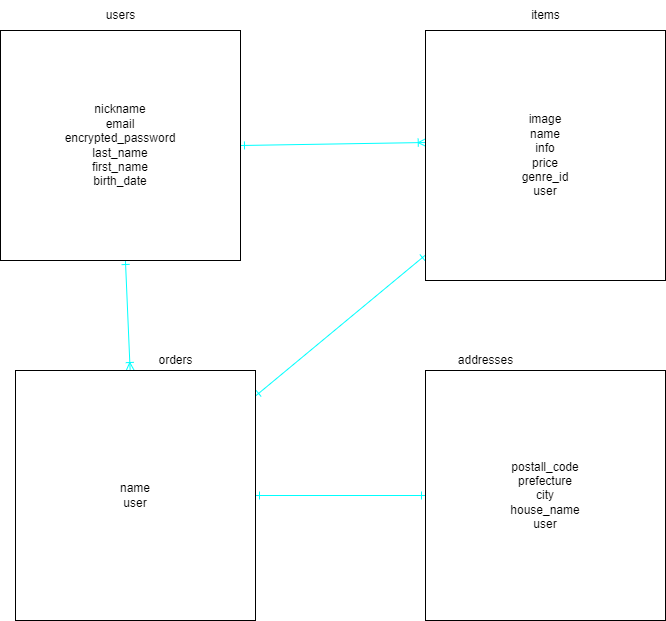
Above: test.png in toto0725/furima-39672 (draw.io), before the change. Source tidied: cells renumbered, new cells last; positions are measured from the earlier drawing's top-left corner, leaving out a move shared by most shapes.
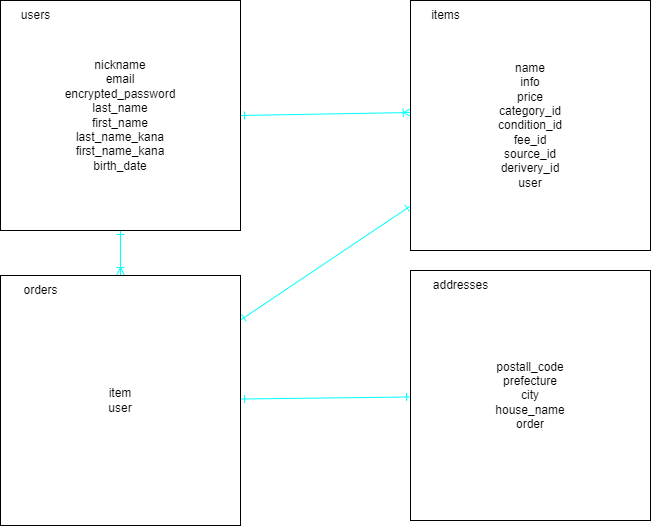
The same file after the commit.

The edit, as a diff of the source:
```diff
@@ -8,35 +8,35 @@
     <mxCell id="3" style="edgeStyle=none;html=1;exitX=1;exitY=0.5;exitDx=0;exitDy=0;entryX=0.003;entryY=0.448;entryDx=0;entryDy=0;entryPerimeter=0;startArrow=ERone;startFill=0;endArrow=ERoneToMany;endFill=0;fillColor=#f5f5f5;strokeColor=#00FFFF;" parent="1" edge="1" source="4" target="6">
       <mxGeometry relative="1" as="geometry" />
     </mxCell>
-    <mxCell id="4" value="nickname&lt;br&gt;email&lt;br&gt;encrypted_password&lt;br&gt;last_name&lt;br&gt;first_name&lt;br&gt;birth_date" style="rounded=0;whiteSpace=wrap;html=1;" parent="1" vertex="1">
-      <mxGeometry y="30" width="240" height="230" as="geometry" />
+    <mxCell id="4" value="nickname&lt;br&gt;email&lt;br&gt;encrypted_password&lt;br&gt;last_name&lt;br&gt;first_name&lt;br&gt;last_name_kana&lt;br&gt;first_name_kana&lt;br&gt;birth_date" style="rounded=0;whiteSpace=wrap;html=1;" parent="1" vertex="1">
+      <mxGeometry x="15" y="70" width="240" height="230" as="geometry" />
     </mxCell>
     <mxCell id="5" style="edgeStyle=none;html=1;startArrow=ERone;startFill=0;endArrow=ERone;endFill=0;strokeColor=#00FFFF;" parent="1" edge="1" source="6" target="9">
       <mxGeometry relative="1" as="geometry" />
     </mxCell>
-    <mxCell id="6" value="image&lt;br&gt;name&lt;br&gt;info&lt;br&gt;price&lt;br&gt;genre_id&lt;br&gt;user" style="rounded=0;whiteSpace=wrap;html=1;" parent="1" vertex="1">
-      <mxGeometry x="425" y="30" width="240" height="250" as="geometry" />
+    <mxCell id="6" value="name&lt;br&gt;info&lt;br&gt;price&lt;br&gt;category_id&lt;br&gt;condition_id&lt;br&gt;fee_id&lt;br&gt;source_id&lt;br&gt;derivery_id&lt;br&gt;user" style="rounded=0;whiteSpace=wrap;html=1;" parent="1" vertex="1">
+      <mxGeometry x="425" y="70" width="240" height="250" as="geometry" />
     </mxCell>
     <mxCell id="7" style="edgeStyle=none;html=1;startArrow=ERone;startFill=0;endArrow=ERone;endFill=0;strokeColor=#00FFFF;" parent="1" edge="1" source="8" target="9">
       <mxGeometry relative="1" as="geometry" />
     </mxCell>
-    <mxCell id="8" value="postall_code&lt;br&gt;prefecture&lt;br&gt;city&lt;br&gt;house_name&lt;br&gt;user" style="rounded=0;whiteSpace=wrap;html=1;" parent="1" vertex="1">
-      <mxGeometry x="425" y="370" width="240" height="250" as="geometry" />
+    <mxCell id="8" value="postall_code&lt;br&gt;prefecture&lt;br&gt;city&lt;br&gt;house_name&lt;br&gt;order" style="rounded=0;whiteSpace=wrap;html=1;" parent="1" vertex="1">
+      <mxGeometry x="425" y="340" width="240" height="250" as="geometry" />
     </mxCell>
-    <mxCell id="9" value="name&lt;br&gt;user" style="rounded=0;whiteSpace=wrap;html=1;" parent="1" vertex="1">
-      <mxGeometry x="15" y="370" width="240" height="250" as="geometry" />
+    <mxCell id="9" value="item&lt;br&gt;user" style="rounded=0;whiteSpace=wrap;html=1;" parent="1" vertex="1">
+      <mxGeometry x="15" y="345" width="240" height="250" as="geometry" />
     </mxCell>
     <mxCell id="10" value="users" style="text;html=1;align=center;verticalAlign=middle;strokeColor=none;fillColor=none;" parent="1" vertex="1">
-      <mxGeometry x="95" width="50" height="30" as="geometry" />
+      <mxGeometry x="25" y="70" width="50" height="30" as="geometry" />
     </mxCell>
     <mxCell id="11" value="items" style="text;html=1;align=center;verticalAlign=middle;strokeColor=none;fillColor=none;" parent="1" vertex="1">
-      <mxGeometry x="520" width="50" height="30" as="geometry" />
+      <mxGeometry x="435" y="70" width="50" height="30" as="geometry" />
     </mxCell>
     <mxCell id="12" value="orders" style="text;html=1;align=center;verticalAlign=middle;strokeColor=none;fillColor=none;" parent="1" vertex="1">
-      <mxGeometry x="145" y="345" width="60" height="30" as="geometry" />
+      <mxGeometry x="25" y="345" width="60" height="30" as="geometry" />
     </mxCell>
     <mxCell id="13" value="addresses" style="text;html=1;align=center;verticalAlign=middle;strokeColor=none;fillColor=none;" parent="1" vertex="1">
-      <mxGeometry x="445" y="345" width="80" height="30" as="geometry" />
+      <mxGeometry x="435" y="340" width="80" height="30" as="geometry" />
     </mxCell>
   </root>
 </mxGraphModel>
```
